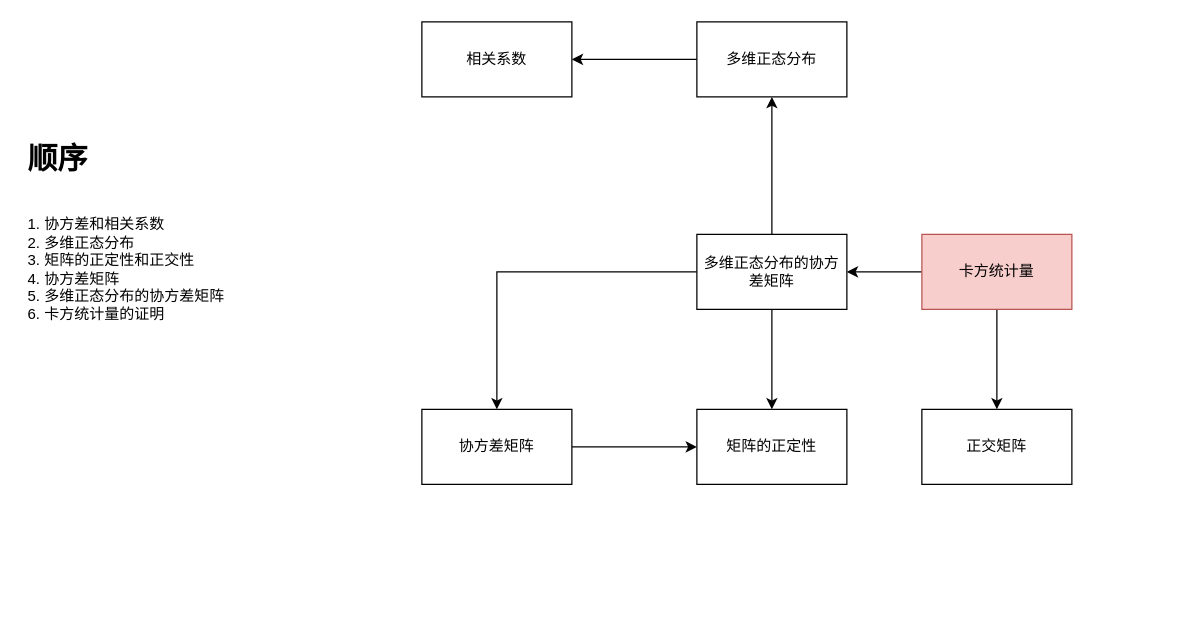
brendonlin/myflowchart keeps this draw.io diagram as page "Chi-Statistics" (3 of 4) of probability_theory.drawio. Above is the earlier version. Source tidied: cells renumbered, new cells numbered last; positions are measured from the earlier drawing's top-left corner, leaving out a move shared by most shapes. Both pictures are drawn from the tidied source at 125%, with x=0, y=0 at pixel (21, 21).
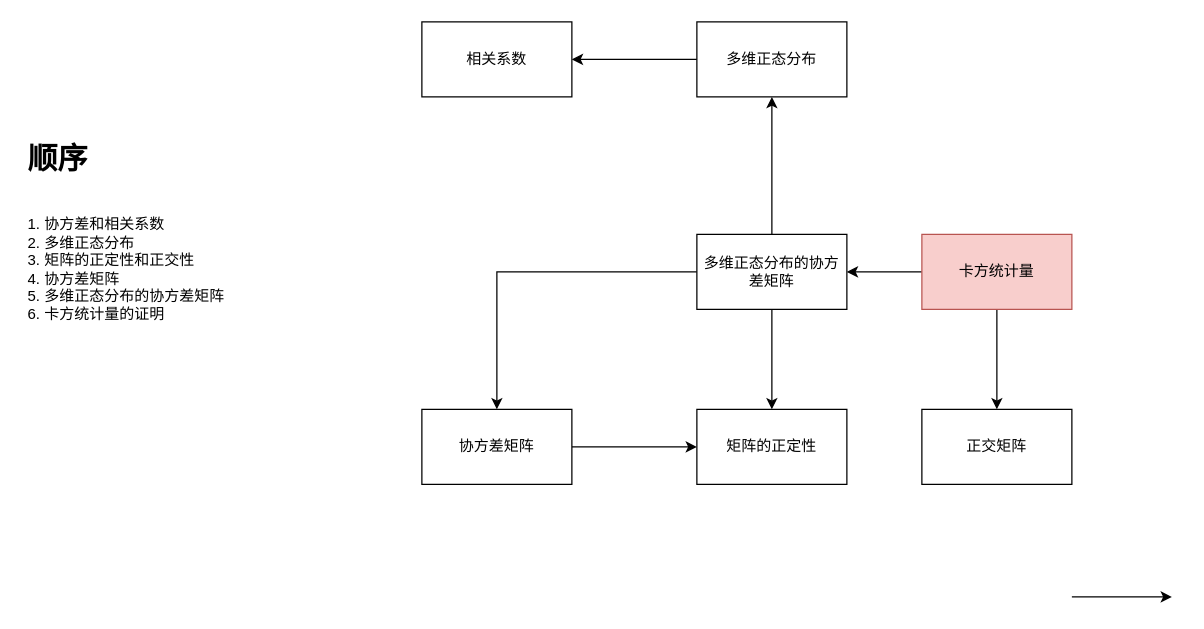
The same diagram, later.

The edit, as a diff of the source:
```diff
@@
 <mxGraphModel>
   <root>
     <mxCell id="0" />
     <mxCell id="1" parent="0" />
     <mxCell id="2" style="edgeStyle=orthogonalEdgeStyle;rounded=0;jettySize=auto;html=1;" parent="1" edge="1" source="4" target="9">
       <mxGeometry relative="1" as="geometry" />
     </mxCell>
     <mxCell id="3" style="edgeStyle=orthogonalEdgeStyle;rounded=0;jettySize=auto;html=1;entryX=1;entryY=0.5;entryDx=0;entryDy=0;" parent="1" edge="1" source="4" target="13">
       <mxGeometry relative="1" as="geometry" />
     </mxCell>
     <mxCell id="4" value="卡方统计量" style="rounded=0;whiteSpace=wrap;html=1;fillColor=#f8cecc;strokeColor=#b85450;" parent="1" vertex="1">
       <mxGeometry x="720" y="170" width="120" height="60" as="geometry" />
     </mxCell>
     <mxCell id="5" style="edgeStyle=orthogonalEdgeStyle;rounded=0;jettySize=auto;html=1;" parent="1" edge="1" source="6" target="14">
       <mxGeometry relative="1" as="geometry" />
     </mxCell>
     <mxCell id="6" value="协方差矩阵" style="whiteSpace=wrap;html=1;rounded=0;" parent="1" vertex="1">
       <mxGeometry x="320" y="310" width="120" height="60" as="geometry" />
     </mxCell>
     <mxCell id="7" style="edgeStyle=orthogonalEdgeStyle;rounded=0;jettySize=auto;html=1;entryX=1;entryY=0.5;entryDx=0;entryDy=0;" parent="1" edge="1" source="8" target="15">
       <mxGeometry relative="1" as="geometry" />
     </mxCell>
     <mxCell id="8" value="多维正态分布" style="whiteSpace=wrap;html=1;rounded=0;" parent="1" vertex="1">
       <mxGeometry x="540" width="120" height="60" as="geometry" />
     </mxCell>
     <mxCell id="9" value="正交矩阵" style="whiteSpace=wrap;html=1;rounded=0;" parent="1" vertex="1">
       <mxGeometry x="720" y="310" width="120" height="60" as="geometry" />
     </mxCell>
     <mxCell id="10" style="edgeStyle=orthogonalEdgeStyle;rounded=0;jettySize=auto;html=1;" parent="1" edge="1" source="13" target="6">
       <mxGeometry relative="1" as="geometry" />
     </mxCell>
     <mxCell id="11" style="edgeStyle=orthogonalEdgeStyle;rounded=0;jettySize=auto;html=1;" parent="1" edge="1" source="13" target="8">
       <mxGeometry relative="1" as="geometry" />
     </mxCell>
     <mxCell id="12" style="edgeStyle=orthogonalEdgeStyle;rounded=0;jettySize=auto;html=1;" parent="1" edge="1" source="13" target="14">
       <mxGeometry relative="1" as="geometry" />
     </mxCell>
     <mxCell id="13" value="多维正态分布的协方差矩阵" style="rounded=0;whiteSpace=wrap;html=1;" parent="1" vertex="1">
       <mxGeometry x="540" y="170" width="120" height="60" as="geometry" />
     </mxCell>
     <mxCell id="14" value="矩阵的正定性" style="whiteSpace=wrap;html=1;rounded=0;" parent="1" vertex="1">
       <mxGeometry x="540" y="310" width="120" height="60" as="geometry" />
     </mxCell>
     <mxCell id="15" value="相关系数" style="rounded=0;whiteSpace=wrap;html=1;" parent="1" vertex="1">
       <mxGeometry x="320" width="120" height="60" as="geometry" />
     </mxCell>
     <mxCell id="16" value="&lt;h1&gt;顺序&lt;/h1&gt;&lt;div&gt;&lt;br&gt;&lt;/div&gt;&lt;div&gt;1. 协方差和相关系数&lt;/div&gt;&lt;div&gt;2. 多维正态分布&lt;/div&gt;&lt;div&gt;3. 矩阵的正定性和正交性&lt;/div&gt;&lt;div&gt;4. 协方差矩阵&lt;/div&gt;&lt;div&gt;5. 多维正态分布的协方差矩阵&lt;/div&gt;&lt;div&gt;6. 卡方统计量的证明&lt;/div&gt;&lt;p&gt;&lt;br&gt;&lt;/p&gt;" style="text;html=1;strokeColor=none;fillColor=none;spacing=5;spacingTop=-20;whiteSpace=wrap;overflow=hidden;rounded=0;" parent="1" vertex="1">
       <mxGeometry y="90" width="190" height="200" as="geometry" />
     </mxCell>
+    <mxCell id="17" style="edgeStyle=none;orthogonalLoop=1;jettySize=auto;html=1;rounded=0;" parent="1" edge="1">
+      <mxGeometry relative="1" as="geometry">
+        <mxPoint x="840" y="460" as="sourcePoint" />
+        <mxPoint x="920" y="460" as="targetPoint" />
+      </mxGeometry>
+    </mxCell>
   </root>
 </mxGraphModel>
```
